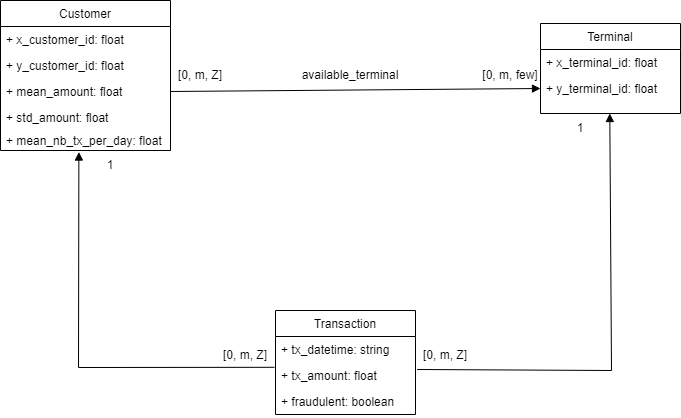
Before: report/images/MongoBaselineNavigability.png, a diagram exported from draw.io (Davydhh/MongoDB-for-Fraud-Detection). Source tidied: cells renumbered, new cells last; positions are measured from the earlier drawing's top-left corner, leaving out a move shared by most shapes. Its diagram source:
```xml
<mxGraphModel>
  <root>
    <mxCell id="0" />
    <mxCell id="1" parent="0" />
    <mxCell id="2" value="Terminal" style="swimlane;fontStyle=0;horizontal=1;startSize=26;fillColor=none;" parent="1" vertex="1">
      <mxGeometry x="540" y="23" width="140" height="90" as="geometry" />
    </mxCell>
    <mxCell id="3" value="+ x_terminal_id: float" style="text;strokeColor=none;fillColor=none;align=left;verticalAlign=top;spacingLeft=4;spacingRight=4;overflow=hidden;" parent="2" vertex="1">
      <mxGeometry y="26" width="140" height="26" as="geometry" />
    </mxCell>
    <mxCell id="4" value="+ y_terminal_id: float" style="text;strokeColor=none;fillColor=none;align=left;verticalAlign=top;spacingLeft=4;spacingRight=4;overflow=hidden;points=[[0,0.5],[1,0.5]];portConstraint=eastwest;" parent="2" vertex="1">
      <mxGeometry y="52" width="140" height="38" as="geometry" />
    </mxCell>
    <mxCell id="5" value="Customer" style="swimlane;fontStyle=0;horizontal=1;startSize=26;fillColor=none;" parent="1" vertex="1">
      <mxGeometry width="170" height="150" as="geometry" />
    </mxCell>
    <mxCell id="6" value="+ x_customer_id: float" style="text;strokeColor=none;fillColor=none;align=left;verticalAlign=top;spacingLeft=4;spacingRight=4;overflow=hidden;" parent="5" vertex="1">
      <mxGeometry y="26" width="170" height="26" as="geometry" />
    </mxCell>
    <mxCell id="7" value="+ y_customer_id: float" style="text;strokeColor=none;fillColor=none;align=left;verticalAlign=top;spacingLeft=4;spacingRight=4;overflow=hidden;" parent="5" vertex="1">
      <mxGeometry y="52" width="170" height="26" as="geometry" />
    </mxCell>
    <mxCell id="8" value="+ mean_amount: float" style="text;strokeColor=none;fillColor=none;align=left;verticalAlign=top;spacingLeft=4;spacingRight=4;overflow=hidden;points=[[0,0.5],[1,0.5]];portConstraint=eastwest;fontSize=12;" parent="5" vertex="1">
      <mxGeometry y="78" width="170" height="26" as="geometry" />
    </mxCell>
    <mxCell id="9" value="+ std_amount: float" style="text;strokeColor=none;fillColor=none;align=left;verticalAlign=top;spacingLeft=4;spacingRight=4;overflow=hidden;fontSize=12;" parent="5" vertex="1">
      <mxGeometry y="104" width="170" height="26" as="geometry" />
    </mxCell>
    <mxCell id="10" value="+ mean_nb_tx_per_day: float" style="text;strokeColor=none;fillColor=none;align=left;verticalAlign=middle;spacingLeft=4;spacingRight=4;overflow=hidden;points=[[0,0.5],[1,0.5]];portConstraint=eastwest;fontStyle=0;" parent="5" vertex="1">
      <mxGeometry y="130" width="170" height="20" as="geometry" />
    </mxCell>
    <mxCell id="11" value="Transaction" style="swimlane;fontStyle=0;horizontal=1;startSize=26;fillColor=none;" parent="1" vertex="1">
      <mxGeometry x="275" y="310" width="140" height="104" as="geometry" />
    </mxCell>
    <mxCell id="12" value="+ tx_datetime: string" style="text;strokeColor=none;fillColor=none;align=left;verticalAlign=top;spacingLeft=4;spacingRight=4;overflow=hidden;" parent="11" vertex="1">
      <mxGeometry y="26" width="140" height="26" as="geometry" />
    </mxCell>
    <mxCell id="13" value="+ tx_amount: float" style="text;strokeColor=none;fillColor=none;align=left;verticalAlign=top;spacingLeft=4;spacingRight=4;overflow=hidden;points=[[0,0.5],[1,0.5]];portConstraint=eastwest;" parent="11" vertex="1">
      <mxGeometry y="52" width="140" height="26" as="geometry" />
    </mxCell>
    <mxCell id="14" value="+ fraudulent: boolean" style="text;strokeColor=none;fillColor=none;align=left;verticalAlign=top;spacingLeft=4;spacingRight=4;overflow=hidden;" parent="11" vertex="1">
      <mxGeometry y="78" width="140" height="26" as="geometry" />
    </mxCell>
    <mxCell id="15" style="endArrow=none;html=1;rounded=0;entryX=1;entryY=0.5;entryDx=0;entryDy=0;startArrow=block;startFill=1;exitX=0;exitY=0.5;exitDx=0;exitDy=0;endFill=0;" parent="1" edge="1" target="8">
      <mxGeometry relative="1" as="geometry">
        <mxPoint x="540" y="88" as="sourcePoint" />
      </mxGeometry>
    </mxCell>
    <mxCell id="16" style="endArrow=block;html=1;rounded=0;exitX=1.012;exitY=0.269;exitDx=0;exitDy=0;exitPerimeter=0;startArrow=none;startFill=0;entryX=0.495;entryY=1;entryDx=0;entryDy=0;entryPerimeter=0;endFill=1;" parent="1" edge="1" source="13" target="4">
      <mxGeometry relative="1" as="geometry">
        <Array as="points">
          <mxPoint x="611" y="370" />
        </Array>
      </mxGeometry>
    </mxCell>
    <mxCell id="17" value="[0, m, Z]" style="text;html=1;strokeColor=none;fillColor=none;align=center;verticalAlign=middle;whiteSpace=wrap;rounded=0;" parent="1" vertex="1">
      <mxGeometry x="170" y="60" width="60" height="30" as="geometry" />
    </mxCell>
    <mxCell id="18" value="[0, m, Z]" style="text;html=1;strokeColor=none;fillColor=none;align=center;verticalAlign=middle;whiteSpace=wrap;rounded=0;" parent="1" vertex="1">
      <mxGeometry x="415" y="340" width="60" height="30" as="geometry" />
    </mxCell>
    <mxCell id="19" value="1" style="text;html=1;strokeColor=none;fillColor=none;align=center;verticalAlign=middle;whiteSpace=wrap;rounded=0;" parent="1" vertex="1">
      <mxGeometry x="550" y="113" width="60" height="30" as="geometry" />
    </mxCell>
    <mxCell id="20" value="[0, m, Z]" style="text;html=1;strokeColor=none;fillColor=none;align=center;verticalAlign=middle;whiteSpace=wrap;rounded=0;" parent="1" vertex="1">
      <mxGeometry x="215" y="340" width="60" height="30" as="geometry" />
    </mxCell>
    <mxCell id="21" value="1" style="text;html=1;strokeColor=none;fillColor=none;align=center;verticalAlign=middle;whiteSpace=wrap;rounded=0;" parent="1" vertex="1">
      <mxGeometry x="80" y="150" width="60" height="30" as="geometry" />
    </mxCell>
    <mxCell id="22" value="[0, m, few]" style="text;html=1;strokeColor=none;fillColor=none;align=center;verticalAlign=middle;whiteSpace=wrap;rounded=0;" parent="1" vertex="1">
      <mxGeometry x="480" y="60" width="60" height="30" as="geometry" />
    </mxCell>
    <mxCell id="23" style="endArrow=none;html=1;rounded=0;exitX=0.461;exitY=1.077;exitDx=0;exitDy=0;exitPerimeter=0;entryX=-0.008;entryY=1.185;entryDx=0;entryDy=0;entryPerimeter=0;startArrow=block;startFill=1;endFill=0;" parent="1" edge="1" source="10">
      <mxGeometry relative="1" as="geometry">
        <mxPoint x="273.9" y="366.8" as="targetPoint" />
        <Array as="points">
          <mxPoint x="78" y="367" />
        </Array>
      </mxGeometry>
    </mxCell>
    <mxCell id="24" value="available_terminal" style="text;html=1;strokeColor=none;fillColor=none;align=center;verticalAlign=middle;whiteSpace=wrap;rounded=0;" parent="1" vertex="1">
      <mxGeometry x="320" y="60" width="60" height="30" as="geometry" />
    </mxCell>
  </root>
</mxGraphModel>
```
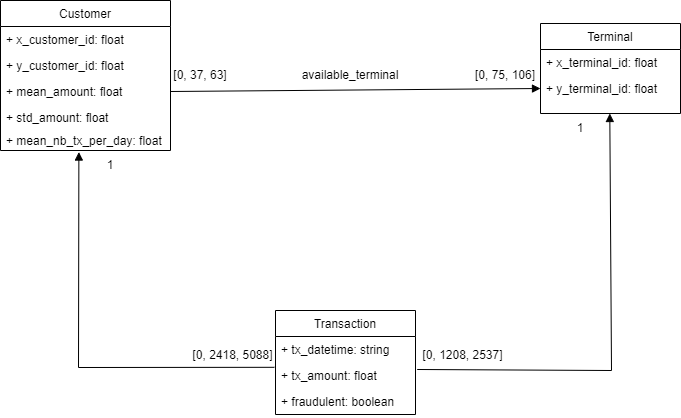
The same diagram one commit later.

Change to the diagram source:
```diff
@@ -53,23 +53,23 @@
         </Array>
       </mxGeometry>
     </mxCell>
-    <mxCell id="17" value="[0, m, Z]" style="text;html=1;strokeColor=none;fillColor=none;align=center;verticalAlign=middle;whiteSpace=wrap;rounded=0;" parent="1" vertex="1">
+    <mxCell id="17" value="[0, 37, 63]" style="text;html=1;strokeColor=none;fillColor=none;align=center;verticalAlign=middle;whiteSpace=wrap;rounded=0;" parent="1" vertex="1">
       <mxGeometry x="170" y="60" width="60" height="30" as="geometry" />
     </mxCell>
-    <mxCell id="18" value="[0, m, Z]" style="text;html=1;strokeColor=none;fillColor=none;align=center;verticalAlign=middle;whiteSpace=wrap;rounded=0;" parent="1" vertex="1">
-      <mxGeometry x="415" y="340" width="60" height="30" as="geometry" />
+    <mxCell id="18" value="[0, 1208, 2537]" style="text;html=1;strokeColor=none;fillColor=none;align=center;verticalAlign=middle;whiteSpace=wrap;rounded=0;" parent="1" vertex="1">
+      <mxGeometry x="415" y="340" width="95" height="30" as="geometry" />
     </mxCell>
     <mxCell id="19" value="1" style="text;html=1;strokeColor=none;fillColor=none;align=center;verticalAlign=middle;whiteSpace=wrap;rounded=0;" parent="1" vertex="1">
       <mxGeometry x="550" y="113" width="60" height="30" as="geometry" />
     </mxCell>
-    <mxCell id="20" value="[0, m, Z]" style="text;html=1;strokeColor=none;fillColor=none;align=center;verticalAlign=middle;whiteSpace=wrap;rounded=0;" parent="1" vertex="1">
-      <mxGeometry x="215" y="340" width="60" height="30" as="geometry" />
+    <mxCell id="20" value="[0, 2418, 5088]" style="text;html=1;strokeColor=none;fillColor=none;align=center;verticalAlign=middle;whiteSpace=wrap;rounded=0;" parent="1" vertex="1">
+      <mxGeometry x="190" y="340" width="85" height="30" as="geometry" />
     </mxCell>
     <mxCell id="21" value="1" style="text;html=1;strokeColor=none;fillColor=none;align=center;verticalAlign=middle;whiteSpace=wrap;rounded=0;" parent="1" vertex="1">
       <mxGeometry x="80" y="150" width="60" height="30" as="geometry" />
     </mxCell>
-    <mxCell id="22" value="[0, m, few]" style="text;html=1;strokeColor=none;fillColor=none;align=center;verticalAlign=middle;whiteSpace=wrap;rounded=0;" parent="1" vertex="1">
-      <mxGeometry x="480" y="60" width="60" height="30" as="geometry" />
+    <mxCell id="22" value="[0, 75, 106]" style="text;html=1;strokeColor=none;fillColor=none;align=center;verticalAlign=middle;whiteSpace=wrap;rounded=0;" parent="1" vertex="1">
+      <mxGeometry x="470" y="60" width="70" height="30" as="geometry" />
     </mxCell>
     <mxCell id="23" style="endArrow=none;html=1;rounded=0;exitX=0.461;exitY=1.077;exitDx=0;exitDy=0;exitPerimeter=0;entryX=-0.008;entryY=1.185;entryDx=0;entryDy=0;entryPerimeter=0;startArrow=block;startFill=1;endFill=0;" parent="1" edge="1" source="10">
       <mxGeometry relative="1" as="geometry">
```
